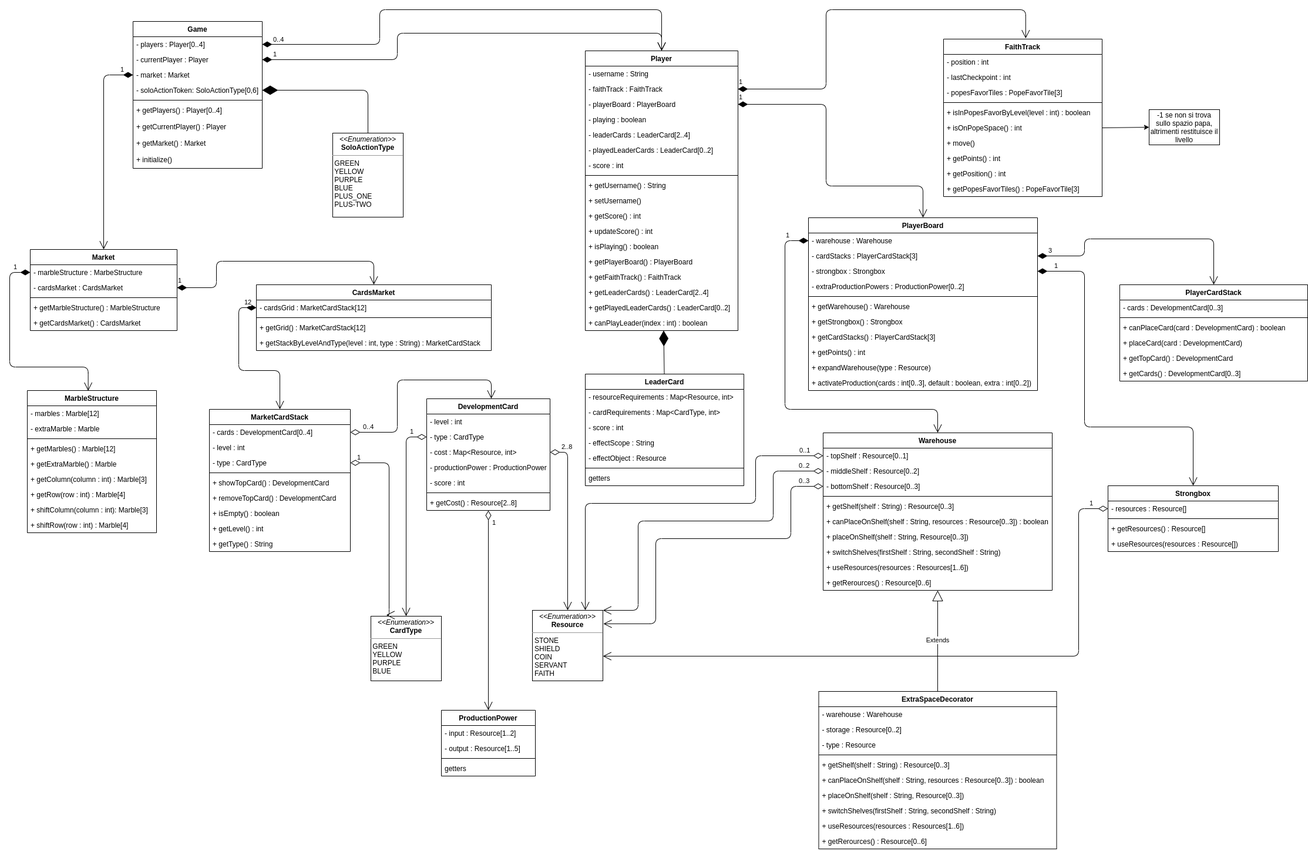
Before: deliveries/UML/initial/initial-UML.png, a diagram exported from draw.io (SamueleMessineo/ing-sw-2021-morelli-messineo-mosconi). Source tidied: cells renumbered, new cells last; positions are measured from the earlier drawing's top-left corner, leaving out a move shared by most shapes.
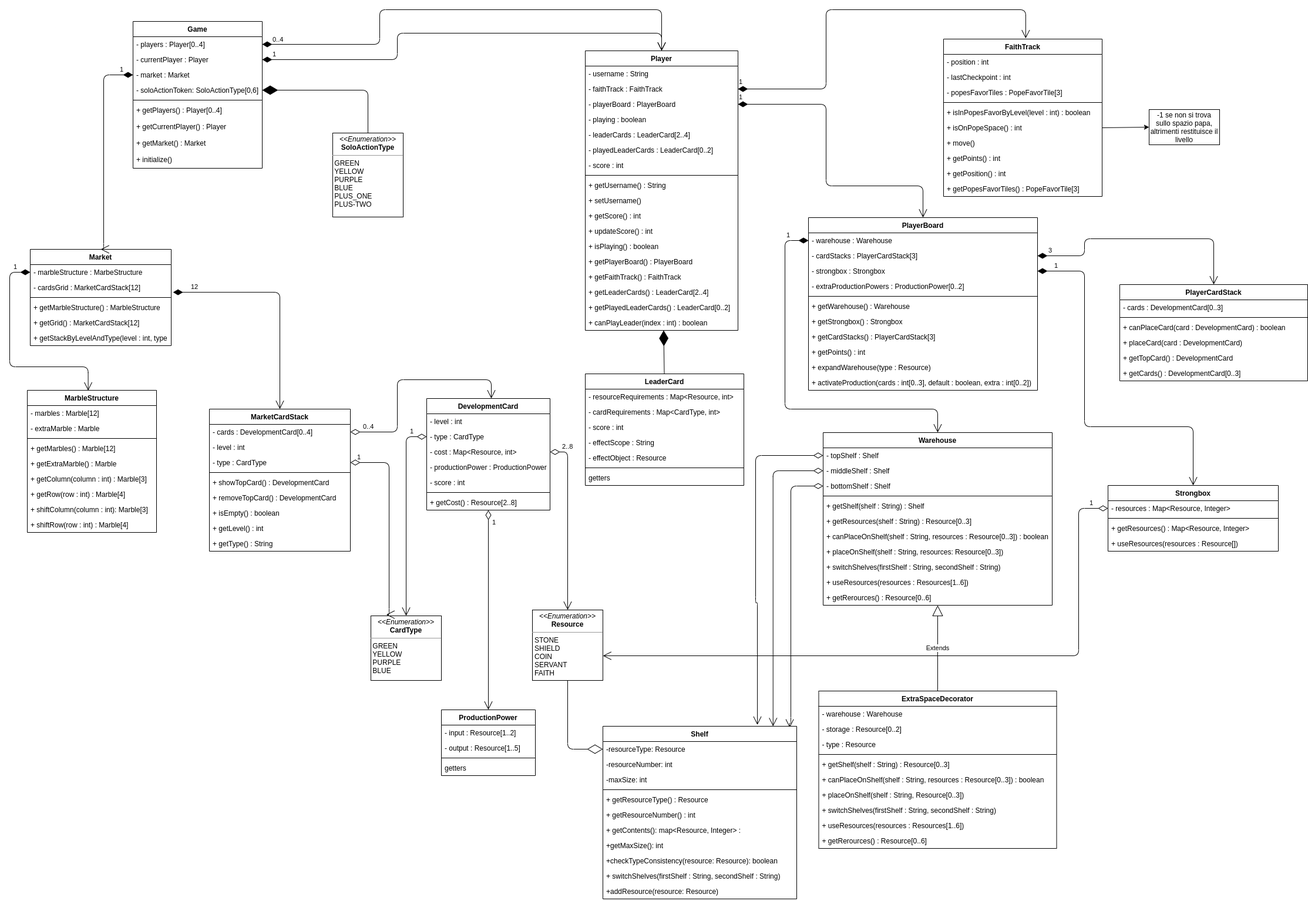
After the change.

The edit, as a diff of the source:
```diff
@@ -35,19 +35,22 @@
     <mxCell id="12" value="Market" style="swimlane;fontStyle=1;align=center;verticalAlign=top;horizontal=1;startSize=26;" parent="1" vertex="1">
-      <mxGeometry x="35" y="408" width="250" height="138" as="geometry" />
+      <mxGeometry x="35" y="408" width="240" height="164" as="geometry" />
     </mxCell>
     <mxCell id="13" value="- marbleStructure : MarbeStructure" style="text;strokeColor=none;fillColor=none;align=left;verticalAlign=top;spacingLeft=4;spacingRight=4;overflow=hidden;points=[[0,0.5],[1,0.5]];portConstraint=eastwest;" parent="12" vertex="1">
-      <mxGeometry y="26" width="250" height="26" as="geometry" />
+      <mxGeometry y="26" width="240" height="26" as="geometry" />
     </mxCell>
-    <mxCell id="14" value="- cardsMarket : CardsMarket" style="text;strokeColor=none;fillColor=none;align=left;verticalAlign=top;spacingLeft=4;spacingRight=4;overflow=hidden;points=[[0,0.5],[1,0.5]];portConstraint=eastwest;" parent="12" vertex="1">
-      <mxGeometry y="52" width="250" height="26" as="geometry" />
-    </mxCell>
+    <mxCell id="29" value="- cardsGrid : MarketCardStack[12]" style="text;strokeColor=none;fillColor=none;align=left;verticalAlign=top;spacingLeft=4;spacingRight=4;overflow=hidden;points=[[0,0.5],[1,0.5]];portConstraint=eastwest;" parent="12" vertex="1">
+      <mxGeometry y="52" width="240" height="26" as="geometry" />
+    </mxCell>
     <mxCell id="15" style="line;strokeWidth=1;fillColor=none;align=left;verticalAlign=middle;spacingTop=-1;spacingLeft=3;spacingRight=3;labelPosition=right;" parent="12" vertex="1">
-      <mxGeometry y="78" width="250" height="8" as="geometry" />
+      <mxGeometry y="78" width="240" height="8" as="geometry" />
     </mxCell>
     <mxCell id="16" value="+ getMarbleStructure() : MarbleStructure" style="text;strokeColor=none;fillColor=none;align=left;verticalAlign=top;spacingLeft=4;spacingRight=4;overflow=hidden;" parent="12" vertex="1">
-      <mxGeometry y="86" width="250" height="26" as="geometry" />
+      <mxGeometry y="86" width="240" height="26" as="geometry" />
     </mxCell>
-    <mxCell id="17" value="+ getCardsMarket() : CardsMarket" style="text;strokeColor=none;fillColor=none;align=left;verticalAlign=top;spacingLeft=4;spacingRight=4;overflow=hidden;" parent="12" vertex="1">
-      <mxGeometry y="112" width="250" height="26" as="geometry" />
-    </mxCell>
+    <mxCell id="31" value="+ getGrid() : MarketCardStack[12]" style="text;strokeColor=none;fillColor=none;align=left;verticalAlign=top;spacingLeft=4;spacingRight=4;overflow=hidden;" parent="12" vertex="1">
+      <mxGeometry y="112" width="240" height="26" as="geometry" />
+    </mxCell>
+    <mxCell id="32" value="+ getStackByLevelAndType(level : int, type : String) : MarketCardStack" style="text;strokeColor=none;fillColor=none;align=left;verticalAlign=top;spacingLeft=4;spacingRight=4;overflow=hidden;" parent="12" vertex="1">
+      <mxGeometry y="138" width="240" height="26" as="geometry" />
+    </mxCell>
     <mxCell id="18" value="MarbleStructure" style="swimlane;fontStyle=1;align=center;verticalAlign=top;horizontal=1;startSize=26;" parent="1" vertex="1">
@@ -82,17 +85,2 @@
     </mxCell>
-    <mxCell id="28" value="CardsMarket" style="swimlane;fontStyle=1;align=center;verticalAlign=top;horizontal=1;startSize=26;" parent="1" vertex="1">
-      <mxGeometry x="420" y="468" width="400" height="112" as="geometry" />
-    </mxCell>
-    <mxCell id="29" value="- cardsGrid : MarketCardStack[12]" style="text;strokeColor=none;fillColor=none;align=left;verticalAlign=top;spacingLeft=4;spacingRight=4;overflow=hidden;points=[[0,0.5],[1,0.5]];portConstraint=eastwest;" parent="28" vertex="1">
-      <mxGeometry y="26" width="400" height="26" as="geometry" />
-    </mxCell>
-    <mxCell id="30" style="line;strokeWidth=1;fillColor=none;align=left;verticalAlign=middle;spacingTop=-1;spacingLeft=3;spacingRight=3;labelPosition=right;" parent="28" vertex="1">
-      <mxGeometry y="52" width="400" height="8" as="geometry" />
-    </mxCell>
-    <mxCell id="31" value="+ getGrid() : MarketCardStack[12]" style="text;strokeColor=none;fillColor=none;align=left;verticalAlign=top;spacingLeft=4;spacingRight=4;overflow=hidden;" parent="28" vertex="1">
-      <mxGeometry y="60" width="400" height="26" as="geometry" />
-    </mxCell>
-    <mxCell id="32" value="+ getStackByLevelAndType(level : int, type : String) : MarketCardStack" style="text;strokeColor=none;fillColor=none;align=left;verticalAlign=top;spacingLeft=4;spacingRight=4;overflow=hidden;" parent="28" vertex="1">
-      <mxGeometry y="86" width="400" height="26" as="geometry" />
-    </mxCell>
     <mxCell id="33" value="MarketCardStack" style="swimlane;fontStyle=1;align=center;verticalAlign=top;horizontal=1;startSize=26;" parent="1" vertex="1">
@@ -160,17 +148,6 @@
     </mxCell>
-    <mxCell id="52" value="1" style="endArrow=open;html=1;endSize=12;startArrow=diamondThin;startSize=14;startFill=1;edgeStyle=orthogonalEdgeStyle;align=left;verticalAlign=bottom;exitX=1;exitY=0.5;exitDx=0;exitDy=0;entryX=0.5;entryY=0;entryDx=0;entryDy=0;" parent="1" edge="1" source="14" target="28">
-      <mxGeometry x="-1" y="3" relative="1" as="geometry">
-        <Array as="points">
-          <mxPoint x="352" y="473" />
-          <mxPoint x="352" y="428" />
-          <mxPoint x="620" y="428" />
-        </Array>
-      </mxGeometry>
-    </mxCell>
-    <mxCell id="53" value="&lt;div&gt;12&lt;/div&gt;" style="endArrow=open;html=1;endSize=12;startArrow=diamondThin;startSize=14;startFill=1;edgeStyle=orthogonalEdgeStyle;align=left;verticalAlign=bottom;exitX=0;exitY=0.5;exitDx=0;exitDy=0;entryX=0.5;entryY=0;entryDx=0;entryDy=0;" parent="1" edge="1" source="29" target="33">
+    <mxCell id="53" value="&lt;div&gt;12&lt;/div&gt;" style="endArrow=open;html=1;endSize=12;startArrow=diamondThin;startSize=14;startFill=1;edgeStyle=orthogonalEdgeStyle;align=left;verticalAlign=bottom;entryX=0.5;entryY=0;entryDx=0;entryDy=0;exitX=1.013;exitY=0.812;exitDx=0;exitDy=0;exitPerimeter=0;" parent="1" edge="1" source="29" target="33">
       <mxGeometry x="-0.85" relative="1" as="geometry">
         <Array as="points">
-          <mxPoint x="390" y="507" />
-          <mxPoint x="390" y="614" />
-          <mxPoint x="460" y="614" />
+          <mxPoint x="460" y="481" />
         </Array>
@@ -369,11 +346,11 @@
     <mxCell id="110" value="Warehouse" style="swimlane;fontStyle=1;align=center;verticalAlign=top;horizontal=1;startSize=26;" parent="1" vertex="1">
-      <mxGeometry x="1385" y="720" width="390" height="268" as="geometry" />
+      <mxGeometry x="1385" y="720" width="390" height="294" as="geometry" />
     </mxCell>
-    <mxCell id="111" value="- topShelf : Resource[0..1]" style="text;strokeColor=none;fillColor=none;align=left;verticalAlign=top;spacingLeft=4;spacingRight=4;overflow=hidden;points=[[0,0.5],[1,0.5]];portConstraint=eastwest;" parent="110" vertex="1">
+    <mxCell id="111" value="- topShelf : Shelf" style="text;strokeColor=none;fillColor=none;align=left;verticalAlign=top;spacingLeft=4;spacingRight=4;overflow=hidden;points=[[0,0.5],[1,0.5]];portConstraint=eastwest;" parent="110" vertex="1">
       <mxGeometry y="26" width="390" height="26" as="geometry" />
     </mxCell>
-    <mxCell id="112" value="- middleShelf : Resource[0..2]" style="text;strokeColor=none;fillColor=none;align=left;verticalAlign=top;spacingLeft=4;spacingRight=4;overflow=hidden;points=[[0,0.5],[1,0.5]];portConstraint=eastwest;" parent="110" vertex="1">
+    <mxCell id="112" value="- middleShelf : Shelf" style="text;strokeColor=none;fillColor=none;align=left;verticalAlign=top;spacingLeft=4;spacingRight=4;overflow=hidden;points=[[0,0.5],[1,0.5]];portConstraint=eastwest;" parent="110" vertex="1">
       <mxGeometry y="52" width="390" height="26" as="geometry" />
     </mxCell>
-    <mxCell id="113" value="- bottomShelf : Resource[0..3]" style="text;strokeColor=none;fillColor=none;align=left;verticalAlign=top;spacingLeft=4;spacingRight=4;overflow=hidden;points=[[0,0.5],[1,0.5]];portConstraint=eastwest;" parent="110" vertex="1">
+    <mxCell id="113" value="- bottomShelf : Shelf" style="text;strokeColor=none;fillColor=none;align=left;verticalAlign=top;spacingLeft=4;spacingRight=4;overflow=hidden;points=[[0,0.5],[1,0.5]];portConstraint=eastwest;" parent="110" vertex="1">
       <mxGeometry y="78" width="390" height="26" as="geometry" />
@@ -383,19 +360,22 @@
     </mxCell>
-    <mxCell id="115" value="+ getShelf(shelf : String) : Resource[0..3]" style="text;strokeColor=none;fillColor=none;align=left;verticalAlign=top;spacingLeft=4;spacingRight=4;overflow=hidden;" parent="110" vertex="1">
+    <mxCell id="115" value="+ getShelf(shelf : String) : Shelf" style="text;strokeColor=none;fillColor=none;align=left;verticalAlign=top;spacingLeft=4;spacingRight=4;overflow=hidden;" parent="110" vertex="1">
       <mxGeometry y="112" width="390" height="26" as="geometry" />
     </mxCell>
+    <mxCell id="170" value="+ getResources(shelf : String) : Resource[0..3]" style="text;strokeColor=none;fillColor=none;align=left;verticalAlign=top;spacingLeft=4;spacingRight=4;overflow=hidden;" parent="110" vertex="1">
+      <mxGeometry y="138" width="390" height="26" as="geometry" />
+    </mxCell>
     <mxCell id="116" value="+ canPlaceOnShelf(shelf : String, resources : Resource[0..3]) : boolean" style="text;strokeColor=none;fillColor=none;align=left;verticalAlign=top;spacingLeft=4;spacingRight=4;overflow=hidden;" parent="110" vertex="1">
-      <mxGeometry y="138" width="390" height="26" as="geometry" />
+      <mxGeometry y="164" width="390" height="26" as="geometry" />
     </mxCell>
-    <mxCell id="117" value="+ placeOnShelf(shelf : String, Resource[0..3])" style="text;strokeColor=none;fillColor=none;align=left;verticalAlign=top;spacingLeft=4;spacingRight=4;overflow=hidden;" parent="110" vertex="1">
-      <mxGeometry y="164" width="390" height="26" as="geometry" />
+    <mxCell id="117" value="+ placeOnShelf(shelf : String, resources: Resource[0..3])" style="text;strokeColor=none;fillColor=none;align=left;verticalAlign=top;spacingLeft=4;spacingRight=4;overflow=hidden;" parent="110" vertex="1">
+      <mxGeometry y="190" width="390" height="26" as="geometry" />
     </mxCell>
     <mxCell id="118" value="+ switchShelves(firstShelf : String, secondShelf : String)" style="text;strokeColor=none;fillColor=none;align=left;verticalAlign=top;spacingLeft=4;spacingRight=4;overflow=hidden;" parent="110" vertex="1">
-      <mxGeometry y="190" width="390" height="26" as="geometry" />
+      <mxGeometry y="216" width="390" height="26" as="geometry" />
     </mxCell>
     <mxCell id="119" value="+ useResources(resources : Resources[1..6])" style="text;strokeColor=none;fillColor=none;align=left;verticalAlign=top;spacingLeft=4;spacingRight=4;overflow=hidden;" parent="110" vertex="1">
-      <mxGeometry y="216" width="390" height="26" as="geometry" />
+      <mxGeometry y="242" width="390" height="26" as="geometry" />
     </mxCell>
     <mxCell id="120" value="+ getRerources() : Resource[0..6]" style="text;strokeColor=none;fillColor=none;align=left;verticalAlign=top;spacingLeft=4;spacingRight=4;overflow=hidden;" parent="110" vertex="1">
-      <mxGeometry y="242" width="390" height="26" as="geometry" />
+      <mxGeometry y="268" width="390" height="26" as="geometry" />
     </mxCell>
@@ -404,3 +384,3 @@
     </mxCell>
-    <mxCell id="122" value="- resources : Resource[]" style="text;strokeColor=none;fillColor=none;align=left;verticalAlign=top;spacingLeft=4;spacingRight=4;overflow=hidden;points=[[0,0.5],[1,0.5]];portConstraint=eastwest;" parent="121" vertex="1">
+    <mxCell id="122" value="- resources : Map&lt;Resource, Integer&gt;" style="text;strokeColor=none;fillColor=none;align=left;verticalAlign=top;spacingLeft=4;spacingRight=4;overflow=hidden;points=[[0,0.5],[1,0.5]];portConstraint=eastwest;" parent="121" vertex="1">
       <mxGeometry y="26" width="290" height="26" as="geometry" />
@@ -410,3 +390,3 @@
     </mxCell>
-    <mxCell id="124" value="+ getResources() : Resource[]" style="text;strokeColor=none;fillColor=none;align=left;verticalAlign=top;spacingLeft=4;spacingRight=4;overflow=hidden;" parent="121" vertex="1">
+    <mxCell id="124" value="+ getResources() : Map&lt;Resource, Integer&gt;" style="text;strokeColor=none;fillColor=none;align=left;verticalAlign=top;spacingLeft=4;spacingRight=4;overflow=hidden;" parent="121" vertex="1">
       <mxGeometry y="60" width="290" height="26" as="geometry" />
@@ -499,3 +479,3 @@
     </mxCell>
-    <mxCell id="142" value="0..1" style="endArrow=open;html=1;endSize=12;startArrow=diamondThin;startSize=14;startFill=0;edgeStyle=orthogonalEdgeStyle;align=left;verticalAlign=bottom;exitX=0;exitY=0.5;exitDx=0;exitDy=0;entryX=0.75;entryY=0;entryDx=0;entryDy=0;" parent="1" edge="1" source="111" target="139">
+    <mxCell id="142" style="endArrow=open;html=1;endSize=12;startArrow=diamondThin;startSize=14;startFill=0;edgeStyle=orthogonalEdgeStyle;align=left;verticalAlign=bottom;exitX=0;exitY=0.5;exitDx=0;exitDy=0;entryX=0.797;entryY=-0.008;entryDx=0;entryDy=0;entryPerimeter=0;" parent="1" edge="1" source="111" target="171">
       <mxGeometry x="-0.87" relative="1" as="geometry">
@@ -503,4 +483,4 @@
           <mxPoint x="1270" y="759" />
-          <mxPoint x="1270" y="840" />
-          <mxPoint x="980" y="840" />
+          <mxPoint x="1270" y="1010" />
+          <mxPoint x="1273" y="1010" />
         </Array>
@@ -508,3 +488,3 @@
     </mxCell>
-    <mxCell id="143" value="0..2" style="endArrow=open;html=1;endSize=12;startArrow=diamondThin;startSize=14;startFill=0;edgeStyle=orthogonalEdgeStyle;align=left;verticalAlign=bottom;exitX=0;exitY=0.5;exitDx=0;exitDy=0;entryX=1;entryY=0;entryDx=0;entryDy=0;" parent="1" edge="1" source="112" target="139">
+    <mxCell id="143" style="endArrow=open;html=1;endSize=12;startArrow=diamondThin;startSize=14;startFill=0;edgeStyle=orthogonalEdgeStyle;align=left;verticalAlign=bottom;exitX=0;exitY=0.5;exitDx=0;exitDy=0;entryX=0.878;entryY=0;entryDx=0;entryDy=0;entryPerimeter=0;" parent="1" edge="1" source="112" target="171">
       <mxGeometry x="-0.86" relative="1" as="geometry">
@@ -512,5 +492,2 @@
           <mxPoint x="1300" y="785" />
-          <mxPoint x="1300" y="870" />
-          <mxPoint x="1070" y="870" />
-          <mxPoint x="1070" y="1022" />
         </Array>
@@ -518,3 +495,3 @@
     </mxCell>
-    <mxCell id="144" value="&lt;div&gt;0..3&lt;/div&gt;" style="endArrow=open;html=1;endSize=12;startArrow=diamondThin;startSize=14;startFill=0;edgeStyle=orthogonalEdgeStyle;align=left;verticalAlign=bottom;exitX=0;exitY=0.5;exitDx=0;exitDy=0;entryX=1.007;entryY=0.191;entryDx=0;entryDy=0;entryPerimeter=0;" parent="1" edge="1" source="113" target="139">
+    <mxCell id="144" style="endArrow=open;html=1;endSize=12;startArrow=diamondThin;startSize=14;startFill=0;edgeStyle=orthogonalEdgeStyle;align=left;verticalAlign=bottom;exitX=0;exitY=0.5;exitDx=0;exitDy=0;entryX=0.964;entryY=0.008;entryDx=0;entryDy=0;entryPerimeter=0;" parent="1" edge="1" source="113" target="171">
       <mxGeometry x="-0.86" relative="1" as="geometry">
@@ -522,5 +499,4 @@
           <mxPoint x="1330" y="811" />
-          <mxPoint x="1330" y="900" />
-          <mxPoint x="1100" y="900" />
-          <mxPoint x="1100" y="1045" />
+          <mxPoint x="1330" y="1215" />
+          <mxPoint x="1328" y="1215" />
         </Array>
@@ -613,2 +589,45 @@
     </mxCell>
+    <mxCell id="171" value="Shelf" style="swimlane;fontStyle=1;align=center;verticalAlign=top;horizontal=1;startSize=26;" parent="1" vertex="1">
+      <mxGeometry x="1010" y="1220" width="330" height="294" as="geometry" />
+    </mxCell>
+    <mxCell id="172" value="-resourceType: Resource" style="text;strokeColor=none;fillColor=none;align=left;verticalAlign=top;spacingLeft=4;spacingRight=4;overflow=hidden;points=[[0,0.5],[1,0.5]];portConstraint=eastwest;" parent="171" vertex="1">
+      <mxGeometry y="26" width="330" height="26" as="geometry" />
+    </mxCell>
+    <mxCell id="173" value="-resourceNumber: int" style="text;strokeColor=none;fillColor=none;align=left;verticalAlign=top;spacingLeft=4;spacingRight=4;overflow=hidden;" parent="171" vertex="1">
+      <mxGeometry y="52" width="330" height="26" as="geometry" />
+    </mxCell>
+    <mxCell id="174" value="-maxSize: int" style="text;strokeColor=none;fillColor=none;align=left;verticalAlign=top;spacingLeft=4;spacingRight=4;overflow=hidden;" parent="171" vertex="1">
+      <mxGeometry y="78" width="330" height="26" as="geometry" />
+    </mxCell>
+    <mxCell id="175" style="line;strokeWidth=1;fillColor=none;align=left;verticalAlign=middle;spacingTop=-1;spacingLeft=3;spacingRight=3;labelPosition=right;" parent="171" vertex="1">
+      <mxGeometry y="104" width="330" height="8" as="geometry" />
+    </mxCell>
+    <mxCell id="176" value="+ getResourceType() : Resource" style="text;strokeColor=none;fillColor=none;align=left;verticalAlign=top;spacingLeft=4;spacingRight=4;overflow=hidden;" parent="171" vertex="1">
+      <mxGeometry y="112" width="330" height="26" as="geometry" />
+    </mxCell>
+    <mxCell id="177" value="+ getResourceNumber() : int" style="text;strokeColor=none;fillColor=none;align=left;verticalAlign=top;spacingLeft=4;spacingRight=4;overflow=hidden;" parent="171" vertex="1">
+      <mxGeometry y="138" width="330" height="26" as="geometry" />
+    </mxCell>
+    <mxCell id="178" value="+ getContents(): map&lt;Resource, Integer&gt; :" style="text;strokeColor=none;fillColor=none;align=left;verticalAlign=top;spacingLeft=4;spacingRight=4;overflow=hidden;" parent="171" vertex="1">
+      <mxGeometry y="164" width="330" height="26" as="geometry" />
+    </mxCell>
+    <mxCell id="179" value="+getMaxSize(): int" style="text;strokeColor=none;fillColor=none;align=left;verticalAlign=top;spacingLeft=4;spacingRight=4;overflow=hidden;" parent="171" vertex="1">
+      <mxGeometry y="190" width="330" height="26" as="geometry" />
+    </mxCell>
+    <mxCell id="180" value="+checkTypeConsistency(resource: Resource): boolean" style="text;strokeColor=none;fillColor=none;align=left;verticalAlign=top;spacingLeft=4;spacingRight=4;overflow=hidden;" parent="171" vertex="1">
+      <mxGeometry y="216" width="330" height="26" as="geometry" />
+    </mxCell>
+    <mxCell id="181" value="+ switchShelves(firstShelf : String, secondShelf : String)" style="text;strokeColor=none;fillColor=none;align=left;verticalAlign=top;spacingLeft=4;spacingRight=4;overflow=hidden;" parent="171" vertex="1">
+      <mxGeometry y="242" width="330" height="26" as="geometry" />
+    </mxCell>
+    <mxCell id="182" value="+addResource(resource: Resource)" style="text;strokeColor=none;fillColor=none;align=left;verticalAlign=top;spacingLeft=4;spacingRight=4;overflow=hidden;" parent="171" vertex="1">
+      <mxGeometry y="268" width="330" height="26" as="geometry" />
+    </mxCell>
+    <mxCell id="183" style="endArrow=diamondThin;endFill=0;endSize=24;html=1;exitX=0.5;exitY=1;exitDx=0;exitDy=0;entryX=0;entryY=0.5;entryDx=0;entryDy=0;" parent="1" edge="1" source="139" target="172">
+      <mxGeometry relative="1" as="geometry">
+        <Array as="points">
+          <mxPoint x="950" y="1259" />
+        </Array>
+      </mxGeometry>
+    </mxCell>
   </root>
```
